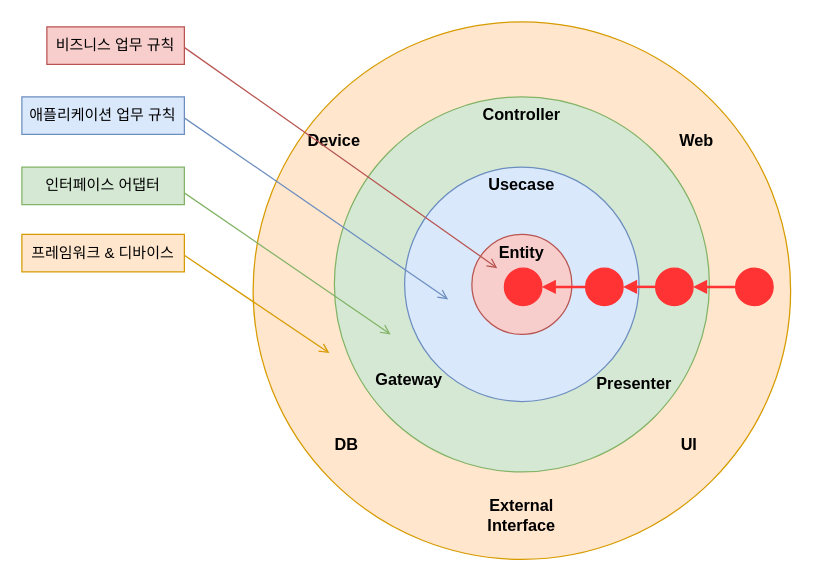
Earlier version of the draw.io diagram assets/img/dev/2024/0511/clean.drawio (assu10/assu10.github.io). Source tidied: cells renumbered, new cells numbered last; positions are measured from the earlier drawing's top-left corner, leaving out a move shared by most shapes. Both pictures are drawn from the tidied source at 125%, with x=0, y=0 at pixel (21, 21).
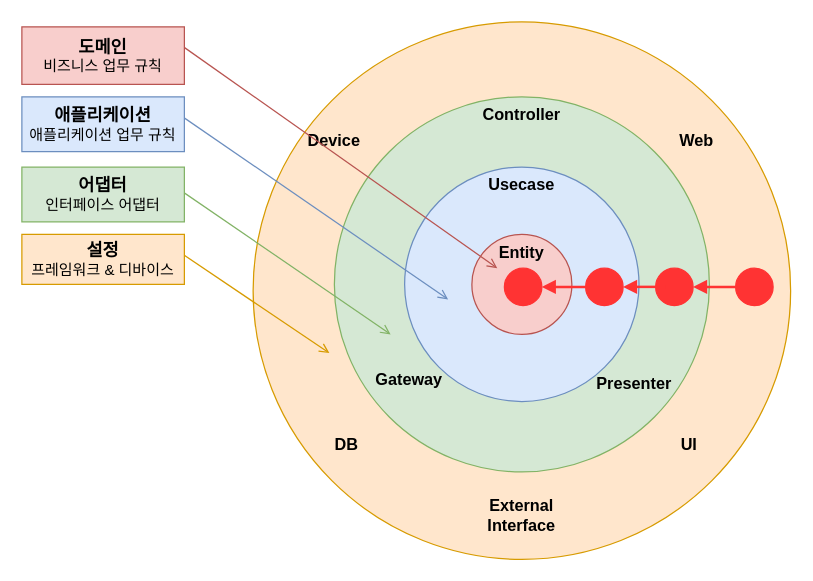
After the change.

The edit, as a diff of the source:
```diff
@@
-    <mxCell id="21" value="비즈니스 업무 규칙" style="text;html=1;align=center;verticalAlign=middle;whiteSpace=wrap;rounded=0;fillColor=#f8cecc;strokeColor=#b85450;" parent="1" vertex="1">
-      <mxGeometry x="20" y="4" width="110" height="30" as="geometry" />
+    <mxCell id="21" value="&lt;div&gt;&lt;b&gt;&lt;font style=&quot;font-size: 14px;&quot;&gt;도메인&lt;/font&gt;&lt;/b&gt;&lt;/div&gt;비즈니스 업무 규칙" style="text;html=1;align=center;verticalAlign=middle;whiteSpace=wrap;rounded=0;fillColor=#f8cecc;strokeColor=#b85450;" parent="1" vertex="1">
+      <mxGeometry y="4" width="130" height="46" as="geometry" />
     </mxCell>
@@
-    <mxCell id="25" value="애플리케이션 업무 규칙" style="text;html=1;align=center;verticalAlign=middle;whiteSpace=wrap;rounded=0;fillColor=#dae8fc;strokeColor=#6c8ebf;" parent="1" vertex="1">
-      <mxGeometry y="60" width="130" height="30" as="geometry" />
-    </mxCell>
-    <mxCell id="26" value="인터페이스 어댑터" style="text;html=1;align=center;verticalAlign=middle;whiteSpace=wrap;rounded=0;fillColor=#d5e8d4;strokeColor=#82b366;" parent="1" vertex="1">
-      <mxGeometry y="116.2" width="130" height="30" as="geometry" />
+    <mxCell id="26" value="&lt;div&gt;&lt;b&gt;&lt;font style=&quot;font-size: 14px;&quot;&gt;어댑터&lt;/font&gt;&lt;/b&gt;&lt;/div&gt;인터페이스 어댑터" style="text;html=1;align=center;verticalAlign=middle;whiteSpace=wrap;rounded=0;fillColor=#d5e8d4;strokeColor=#82b366;" parent="1" vertex="1">
+      <mxGeometry y="116.2" width="130" height="43.8" as="geometry" />
     </mxCell>
-    <mxCell id="27" value="프레임워크 &amp;amp; 디바이스" style="text;html=1;align=center;verticalAlign=middle;whiteSpace=wrap;rounded=0;fillColor=#ffe6cc;strokeColor=#d79b00;" parent="1" vertex="1">
-      <mxGeometry y="170" width="130" height="30" as="geometry" />
+    <mxCell id="27" value="&lt;b&gt;&lt;font style=&quot;font-size: 14px;&quot;&gt;설정&lt;/font&gt;&lt;/b&gt;&lt;div&gt;프레임워크 &amp;amp; 디바이스&lt;/div&gt;" style="text;html=1;align=center;verticalAlign=middle;whiteSpace=wrap;rounded=0;fillColor=#ffe6cc;strokeColor=#d79b00;" parent="1" vertex="1">
+      <mxGeometry y="170" width="130" height="40" as="geometry" />
     </mxCell>
+    <mxCell id="28" value="&lt;div&gt;&lt;b&gt;&lt;font style=&quot;font-size: 14px;&quot;&gt;애플리케이션&lt;/font&gt;&lt;/b&gt;&lt;/div&gt;애플리케이션 업무 규칙" style="text;html=1;align=center;verticalAlign=middle;whiteSpace=wrap;rounded=0;fillColor=#dae8fc;strokeColor=#6c8ebf;" parent="1" vertex="1">
+      <mxGeometry y="60" width="130" height="43.8" as="geometry" />
+    </mxCell>
```
